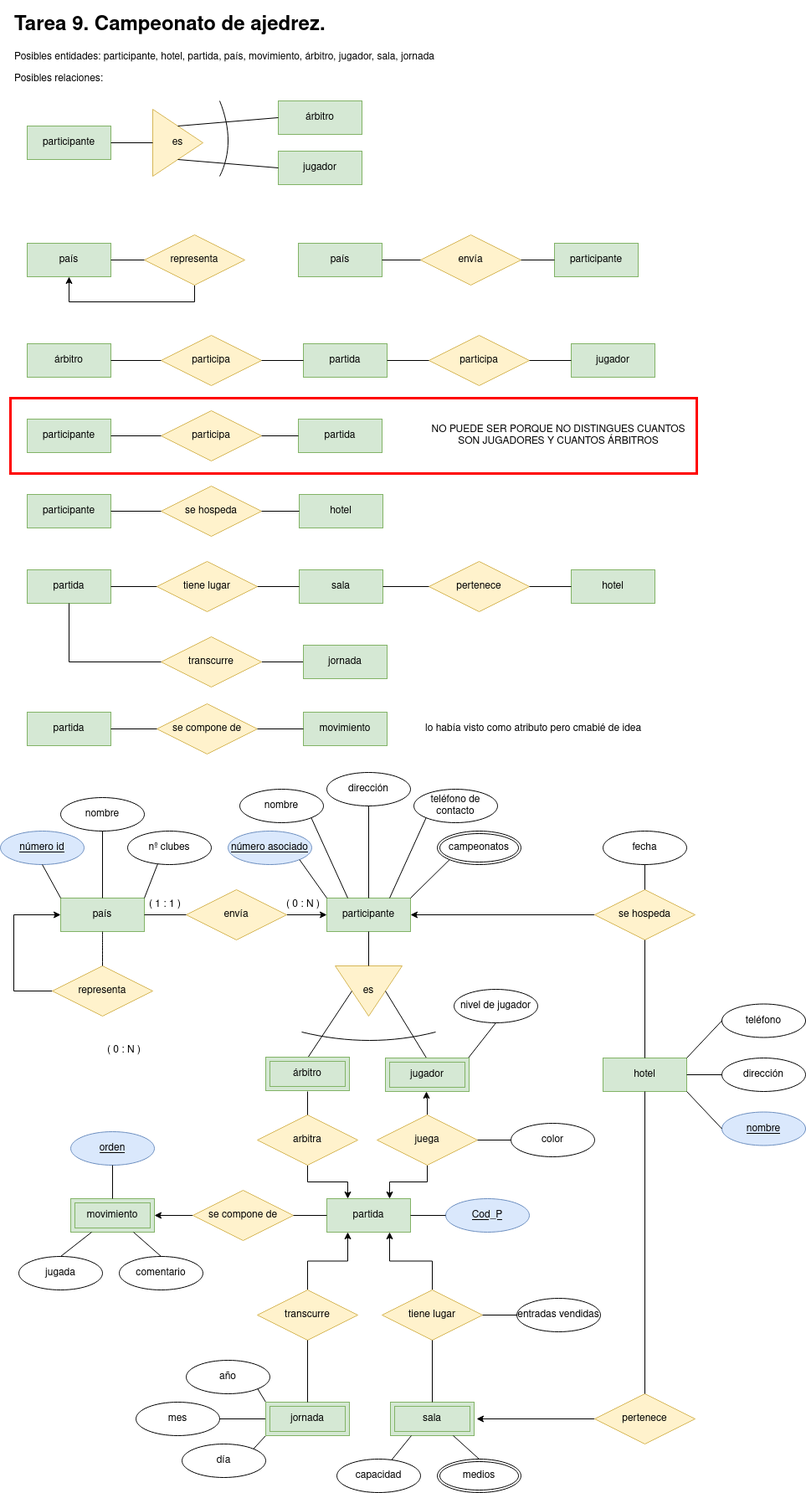
The draw.io diagram tarea9.png in javigh193/bae, before a commit. Source tidied: cells renumbered, new cells last; positions are measured from the earlier drawing's top-left corner, leaving out a move shared by most shapes.
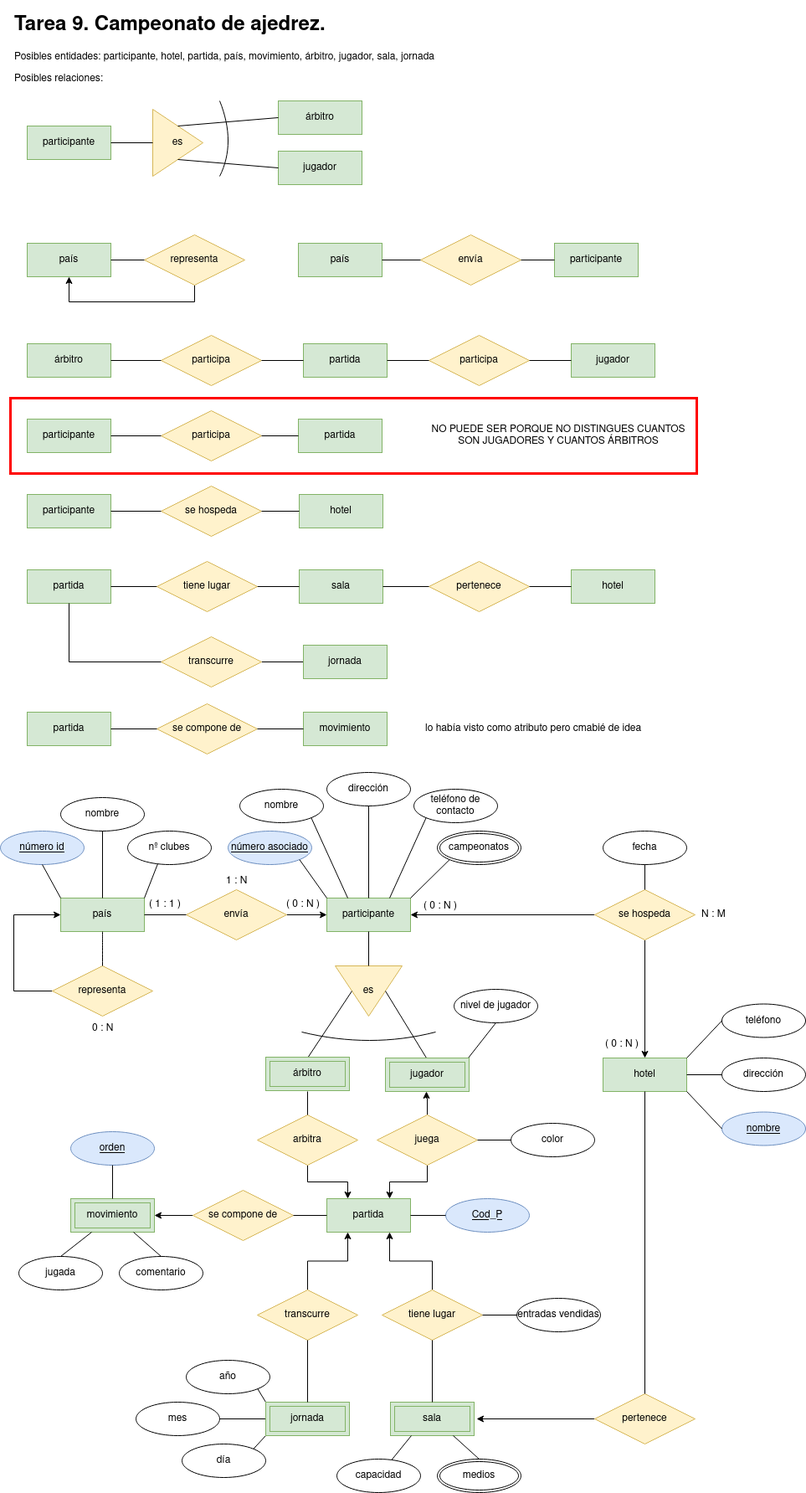
Later version of the same file.

Change to the diagram source:
```diff
@@ -183,6 +183,9 @@
     <mxCell id="58" style="edgeStyle=orthogonalEdgeStyle;rounded=0;jettySize=auto;html=1;entryX=1;entryY=0.5;entryDx=0;entryDy=0;" parent="1" edge="1" source="59" target="52">
       <mxGeometry relative="1" as="geometry" />
     </mxCell>
+    <mxCell id="152" style="edgeStyle=orthogonalEdgeStyle;rounded=0;jettySize=auto;html=1;" parent="1" edge="1" source="59" target="60">
+      <mxGeometry relative="1" as="geometry" />
+    </mxCell>
     <mxCell id="59" value="se hospeda" style="shape=rhombus;perimeter=rhombusPerimeter;whiteSpace=wrap;html=1;align=center;fillColor=#fff2cc;strokeColor=#d6b656;" parent="1" vertex="1">
       <mxGeometry x="710" y="1052" width="120" height="60" as="geometry" />
     </mxCell>
@@ -232,9 +235,6 @@
     <mxCell id="71" style="endArrow=none;html=1;rounded=0;exitX=0.5;exitY=1;exitDx=0;exitDy=0;entryX=0.5;entryY=0;entryDx=0;entryDy=0;" parent="1" edge="1" source="60" target="62">
       <mxGeometry relative="1" as="geometry" />
     </mxCell>
-    <mxCell id="72" style="endArrow=none;html=1;rounded=0;exitX=0.5;exitY=0;exitDx=0;exitDy=0;entryX=0.5;entryY=1;entryDx=0;entryDy=0;" parent="1" edge="1" source="60" target="59">
-      <mxGeometry relative="1" as="geometry" />
-    </mxCell>
     <mxCell id="73" style="endArrow=none;html=1;rounded=0;exitX=0.5;exitY=1;exitDx=0;exitDy=0;entryX=0;entryY=0.5;entryDx=0;entryDy=0;" parent="1" edge="1" source="52" target="54">
       <mxGeometry relative="1" as="geometry" />
     </mxCell>
@@ -480,7 +480,7 @@
       <mxGeometry relative="1" as="geometry" />
     </mxCell>
     <mxCell id="148" value="( 0 : N )" style="text;strokeColor=none;fillColor=none;spacingLeft=4;spacingRight=4;overflow=hidden;fontSize=12;" parent="1" vertex="1">
-      <mxGeometry x="122" y="1228.5" width="60" height="30" as="geometry" />
+      <mxGeometry x="500" y="1057" width="60" height="30" as="geometry" />
     </mxCell>
     <mxCell id="149" value="( 0 : N )" style="text;strokeColor=none;fillColor=none;spacingLeft=4;spacingRight=4;overflow=hidden;fontSize=12;" parent="1" vertex="1">
       <mxGeometry x="336" y="1055" width="60" height="30" as="geometry" />
@@ -491,5 +491,17 @@
     <mxCell id="151" value="( 1 : 1 )" style="text;strokeColor=none;fillColor=none;spacingLeft=4;spacingRight=4;overflow=hidden;fontSize=12;" parent="1" vertex="1">
       <mxGeometry x="172" y="1055" width="60" height="30" as="geometry" />
     </mxCell>
+    <mxCell id="153" value="1 : N " style="text;strokeColor=none;fillColor=none;spacingLeft=4;spacingRight=4;overflow=hidden;fontSize=12;" parent="1" vertex="1">
+      <mxGeometry x="264" y="1027" width="45" height="30" as="geometry" />
+    </mxCell>
+    <mxCell id="154" value="( 0 : N )" style="text;strokeColor=none;fillColor=none;spacingLeft=4;spacingRight=4;overflow=hidden;fontSize=12;" parent="1" vertex="1">
+      <mxGeometry x="717" y="1222" width="60" height="30" as="geometry" />
+    </mxCell>
+    <mxCell id="155" value="0 : N " style="text;strokeColor=none;fillColor=none;spacingLeft=4;spacingRight=4;overflow=hidden;fontSize=12;" parent="1" vertex="1">
+      <mxGeometry x="104" y="1203" width="45" height="30" as="geometry" />
+    </mxCell>
+    <mxCell id="156" value="N : M" style="text;strokeColor=none;fillColor=none;spacingLeft=4;spacingRight=4;overflow=hidden;fontSize=12;" parent="1" vertex="1">
+      <mxGeometry x="832" y="1067" width="45" height="30" as="geometry" />
+    </mxCell>
   </root>
 </mxGraphModel>
```
